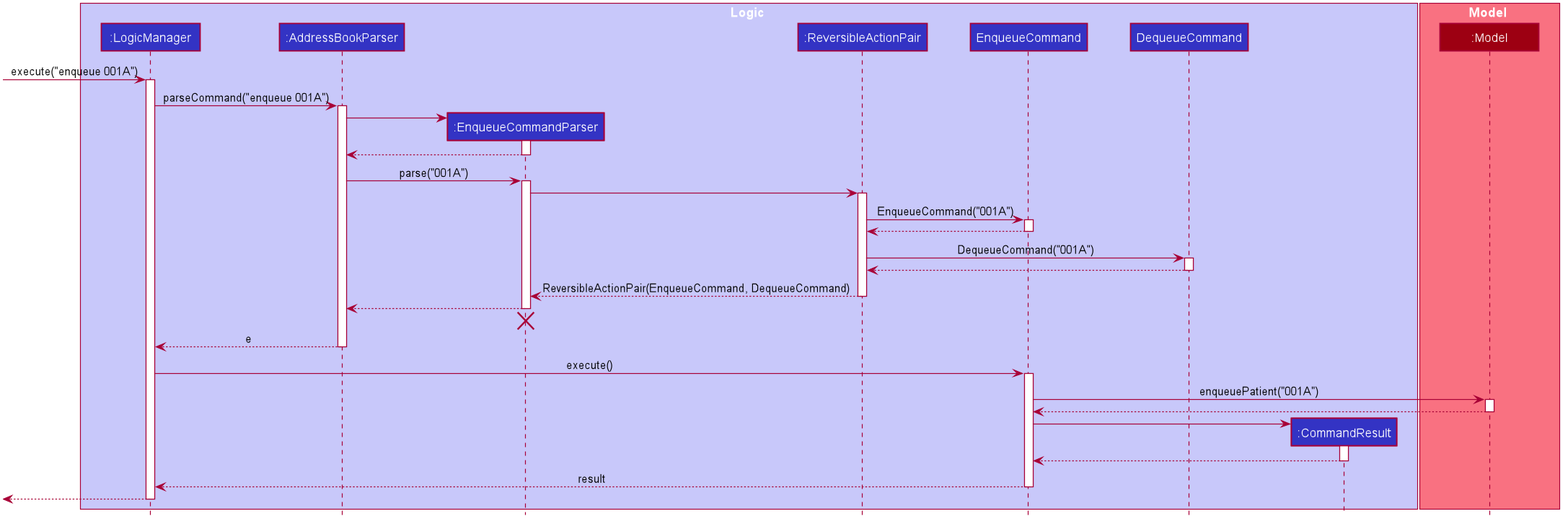
Earlier version of the PlantUML export docs/images/EnqueueSequenceDiagram.png (nus-cs2103-AY1920S1/addressbook-level3). Source of this version:
```plantuml
@startuml








skinparam BackgroundColor #FFFFFFF

skinparam Shadowing false

skinparam Class {
    FontColor #FFFFFF
    BorderThickness 1
    BorderColor #FFFFFF
    StereotypeFontColor #FFFFFF
    FontName Arial
}

skinparam Actor {
    BorderColor #000000
    Color #000000
    FontName Arial
}

skinparam Sequence {
    MessageAlign center
    BoxFontSize 15
    BoxPadding 0
    BoxFontColor #FFFFFF
    FontName Arial
}

skinparam Participant {
    FontColor #FFFFFFF
    Padding 20
}

skinparam MinClassWidth 100
skinparam ParticipantPadding 20
skinparam Shadowing false
skinparam DefaultTextAlignment center
skinparam packageStyle Rectangle

hide footbox
hide members
hide circle

box Logic #C8C8FA
participant ":LogicManager" as LogicManager #3333C4
participant ":AddressBookParser" as AddressBookParser #3333C4
participant ":EnqueueCommandParser" as EnqueueCommandParser #3333C4
participant ":ReversibleActionPair" as ReversibleActionPair #3333C4
participant "EnqueueCommand" as EnqueueCommand #3333C4
participant "DequeueCommand" as DequeueCommand #3333C4
participant ":CommandResult" as CommandResult #3333C4
end box

box Model #F97181
participant ":Model" as Model #9D0012
end box

[-> LogicManager : execute("enqueue 001A")
activate LogicManager

LogicManager -> AddressBookParser : parseCommand("enqueue 001A")
activate AddressBookParser

create EnqueueCommandParser
AddressBookParser -> EnqueueCommandParser
activate EnqueueCommandParser

EnqueueCommandParser --> AddressBookParser
deactivate EnqueueCommandParser

AddressBookParser -> EnqueueCommandParser : parse("001A")
activate EnqueueCommandParser

EnqueueCommandParser -> ReversibleActionPair
activate ReversibleActionPair

ReversibleActionPair -> EnqueueCommand : EnqueueCommand("001A")
activate EnqueueCommand

EnqueueCommand --> ReversibleActionPair
deactivate EnqueueCommand

ReversibleActionPair -> DequeueCommand : DequeueCommand("001A")
activate DequeueCommand

DequeueCommand --> ReversibleActionPair
deactivate DequeueCommand

ReversibleActionPair --> EnqueueCommandParser : ReversibleActionPair(EnqueueCommand, DequeueCommand)
deactivate ReversibleActionPair

EnqueueCommandParser --> AddressBookParser
deactivate EnqueueCommandParser
EnqueueCommandParser -[hidden]-> AddressBookParser
destroy EnqueueCommandParser

AddressBookParser --> LogicManager : e
deactivate AddressBookParser

LogicManager -> EnqueueCommand : execute()
activate EnqueueCommand

EnqueueCommand -> Model : enqueuePatient("001A")
activate Model

Model --> EnqueueCommand
deactivate Model

create CommandResult
EnqueueCommand -> CommandResult
activate CommandResult

CommandResult --> EnqueueCommand
deactivate CommandResult

EnqueueCommand --> LogicManager : result
deactivate EnqueueCommand

[<--LogicManager
deactivate LogicManager
@enduml
```
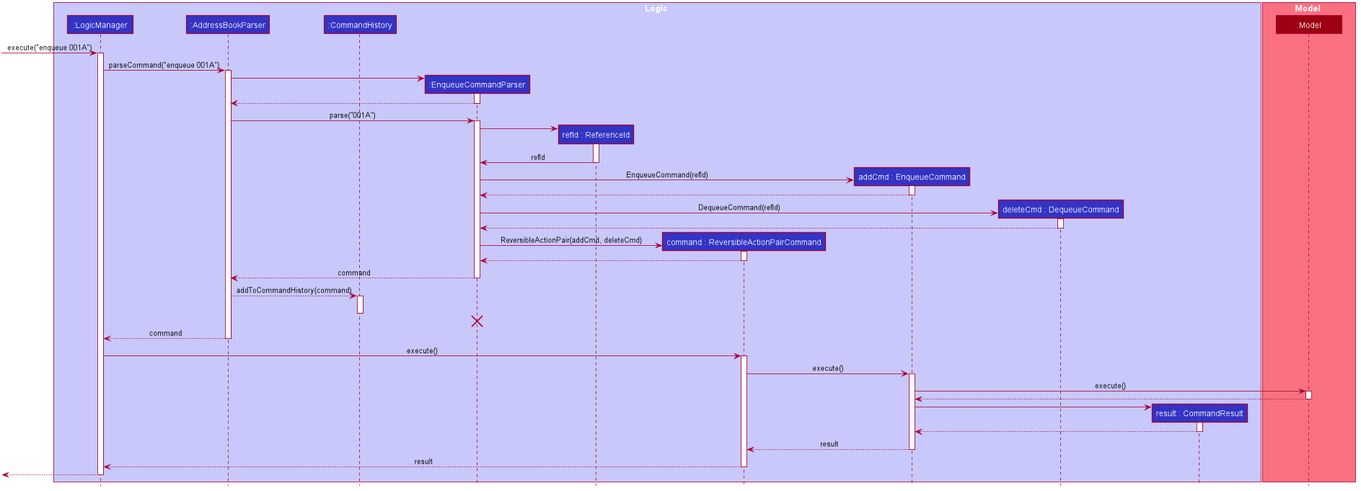
The same file after the commit.

Commit message:
Update DG uml diagrams

Diff of the diagram source:
```diff
@@ -51,11 +51,13 @@
 box Logic #C8C8FA
 participant ":LogicManager" as LogicManager #3333C4
 participant ":AddressBookParser" as AddressBookParser #3333C4
+participant ":CommandHistory" as CommandHistory #3333C4
 participant ":EnqueueCommandParser" as EnqueueCommandParser #3333C4
-participant ":ReversibleActionPair" as ReversibleActionPair #3333C4
-participant "EnqueueCommand" as EnqueueCommand #3333C4
-participant "DequeueCommand" as DequeueCommand #3333C4
-participant ":CommandResult" as CommandResult #3333C4
+participant "refId : ReferenceId" as ReferenceId #3333C4
+participant "command : ReversibleActionPairCommand" as ReversibleActionPairCommand #3333C4
+participant "addCmd : EnqueueCommand" as EnqueueCommand #3333C4
+participant "deleteCmd : DequeueCommand" as DequeueCommand #3333C4
+participant "result : CommandResult" as CommandResult #3333C4
 end box
 
 box Model #F97181
@@ -78,36 +80,53 @@
 AddressBookParser -> EnqueueCommandParser : parse("001A")
 activate EnqueueCommandParser
 
-EnqueueCommandParser -> ReversibleActionPair
-activate ReversibleActionPair
+create ReferenceId
+EnqueueCommandParser -> ReferenceId
+activate ReferenceId
+ReferenceId -> EnqueueCommandParser : refId
+deactivate ReferenceId
 
-ReversibleActionPair -> EnqueueCommand : EnqueueCommand("001A")
+create EnqueueCommand
+EnqueueCommandParser -> EnqueueCommand : EnqueueCommand(refId)
 activate EnqueueCommand
-
-EnqueueCommand --> ReversibleActionPair
+EnqueueCommand --> EnqueueCommandParser
 deactivate EnqueueCommand
 
-ReversibleActionPair -> DequeueCommand : DequeueCommand("001A")
+create DequeueCommand
+EnqueueCommandParser -> DequeueCommand : DequeueCommand(refId)
 activate DequeueCommand
-
-DequeueCommand --> ReversibleActionPair
+DequeueCommand --> EnqueueCommandParser
 deactivate DequeueCommand
 
-ReversibleActionPair --> EnqueueCommandParser : ReversibleActionPair(EnqueueCommand, DequeueCommand)
-deactivate ReversibleActionPair
 
-EnqueueCommandParser --> AddressBookParser
+create ReversibleActionPairCommand
+EnqueueCommandParser -> ReversibleActionPairCommand : ReversibleActionPair(addCmd, deleteCmd)
+activate ReversibleActionPairCommand
+ReversibleActionPairCommand --> EnqueueCommandParser
+deactivate ReversibleActionPairCommand
+
+EnqueueCommandParser --> AddressBookParser : command
+deactivate EnqueueCommandParser
+
+AddressBookParser --> CommandHistory : addToCommandHistory(command)
+activate CommandHistory
+deactivate CommandHistory
+
 deactivate EnqueueCommandParser
 EnqueueCommandParser -[hidden]-> AddressBookParser
 destroy EnqueueCommandParser
 
-AddressBookParser --> LogicManager : e
+AddressBookParser --> LogicManager : command
 deactivate AddressBookParser
 
-LogicManager -> EnqueueCommand : execute()
+
+LogicManager -> ReversibleActionPairCommand : execute()
+activate ReversibleActionPairCommand
+
+ReversibleActionPairCommand -> EnqueueCommand : execute()
 activate EnqueueCommand
 
-EnqueueCommand -> Model : enqueuePatient("001A")
+EnqueueCommand -> Model : execute()
 activate Model
 
 Model --> EnqueueCommand
@@ -120,8 +139,11 @@
 CommandResult --> EnqueueCommand
 deactivate CommandResult
 
-EnqueueCommand --> LogicManager : result
+EnqueueCommand --> ReversibleActionPairCommand : result
 deactivate EnqueueCommand
+
+ReversibleActionPairCommand --> LogicManager : result
+deactivate ReversibleActionPairCommand
 
 [<--LogicManager
 deactivate LogicManager
```
